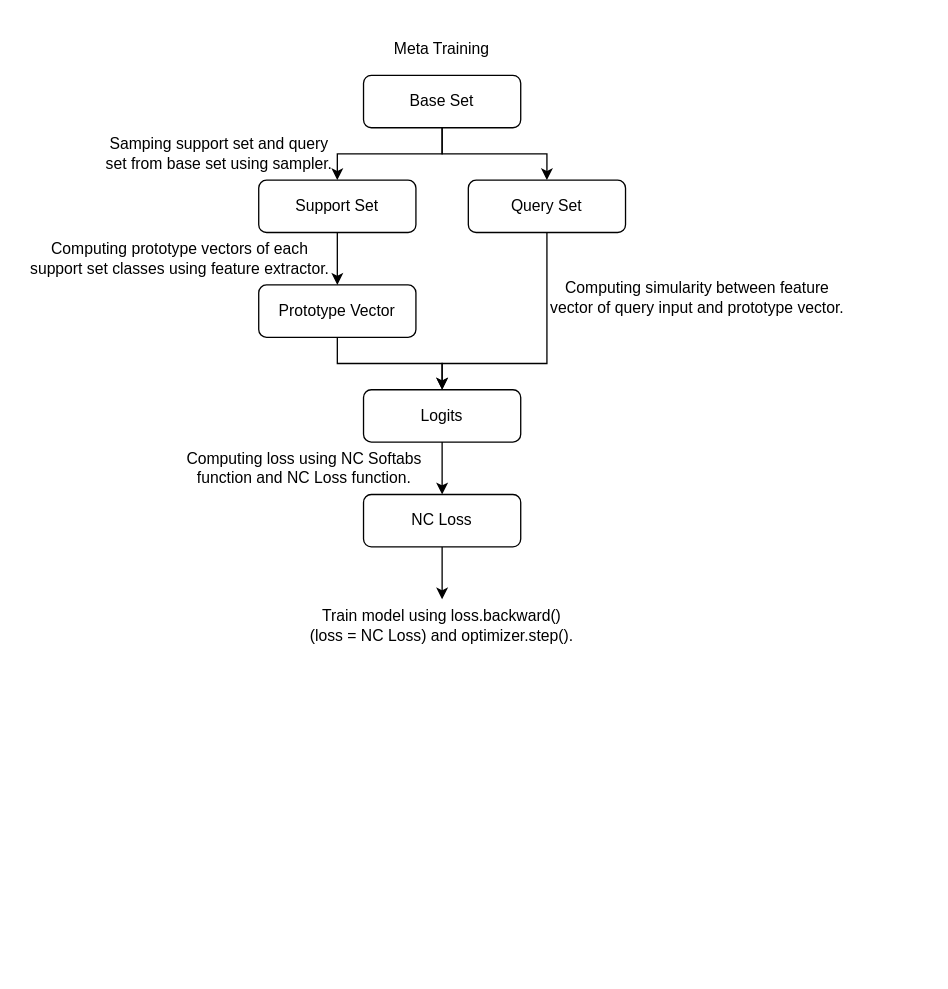
Above: 제목 없는 다이어그램.drawio in jeong-ho-lee/projectClue (draw.io), before the change. Source tidied: cells renumbered, new cells numbered last; positions are measured from the earlier drawing's top-left corner, leaving out a move shared by most shapes. Both pictures are drawn from the tidied source at 131%, with x=0, y=0 at pixel (22, 22).
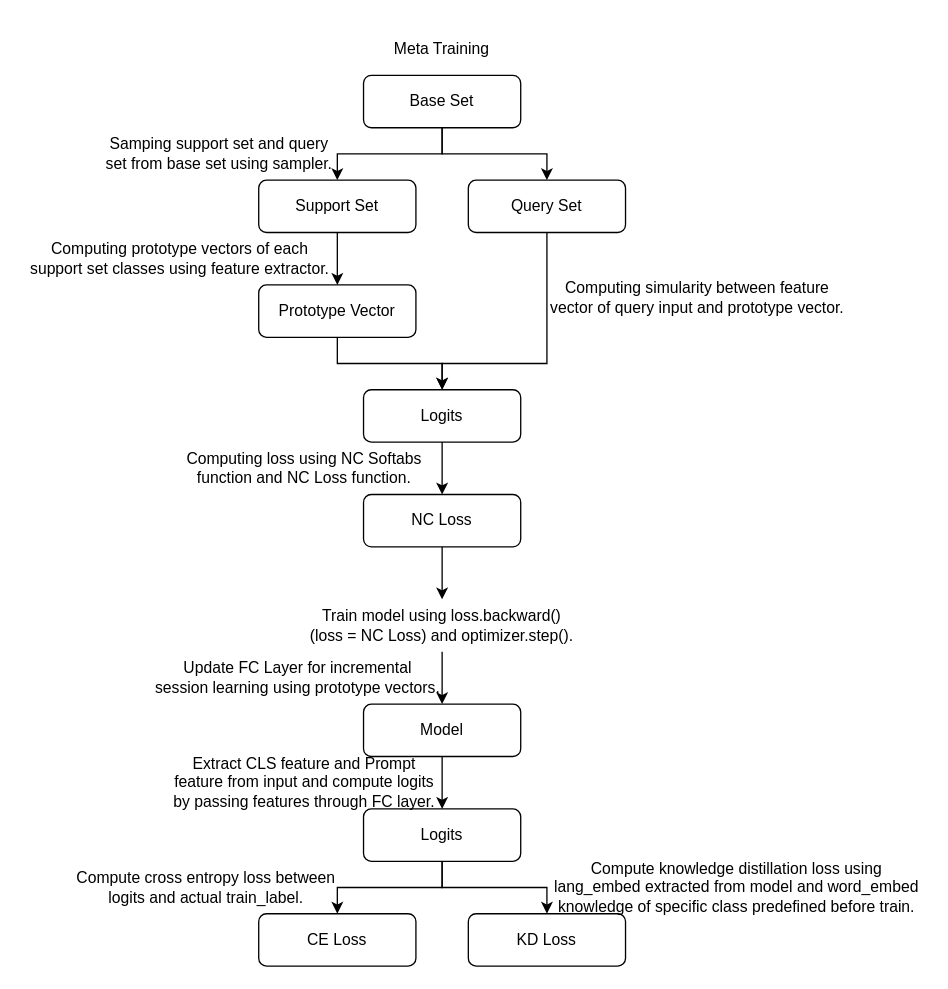
After the change.

Commit message (it also covers changes not shown here):
제목 없는 다이어그램.drawio 업데이트

Unchanged cells that the change refers to:
```xml
<mxCell id="19" value="Train model using loss.backward() (loss = NC Loss) and optimizer.step()." style="text;html=1;align=center;verticalAlign=middle;whiteSpace=wrap;rounded=0;" parent="1" vertex="1">
  <mxGeometry x="215" y="440" width="210" height="40" as="geometry" />
</mxCell>
```

Diff of the diagram source:
```diff
@@
+    <mxCell id="21" style="edgeStyle=orthogonalEdgeStyle;rounded=0;jettySize=auto;html=1;exitX=0.5;exitY=1;exitDx=0;exitDy=0;entryX=0.5;entryY=0;entryDx=0;entryDy=0;" parent="1" edge="1" source="19" target="23">
+      <mxGeometry relative="1" as="geometry" />
+    </mxCell>
@@
+    <mxCell id="22" style="edgeStyle=orthogonalEdgeStyle;rounded=0;jettySize=auto;html=1;exitX=0.5;exitY=1;exitDx=0;exitDy=0;entryX=0.5;entryY=0;entryDx=0;entryDy=0;" parent="1" edge="1" source="23" target="27">
+      <mxGeometry relative="1" as="geometry" />
+    </mxCell>
+    <mxCell id="23" value="Model" style="rounded=1;whiteSpace=wrap;html=1;" parent="1" vertex="1">
+      <mxGeometry x="260" y="520" width="120" height="40" as="geometry" />
+    </mxCell>
+    <mxCell id="24" value="Update FC Layer for incremental session learning using prototype vectors." style="text;html=1;align=center;verticalAlign=middle;whiteSpace=wrap;rounded=0;" parent="1" vertex="1">
+      <mxGeometry x="100" y="480" width="220" height="40" as="geometry" />
+    </mxCell>
+    <mxCell id="25" style="edgeStyle=orthogonalEdgeStyle;rounded=0;jettySize=auto;html=1;exitX=0.5;exitY=1;exitDx=0;exitDy=0;entryX=0.5;entryY=0;entryDx=0;entryDy=0;" parent="1" edge="1" source="27" target="29">
+      <mxGeometry relative="1" as="geometry" />
+    </mxCell>
+    <mxCell id="26" style="edgeStyle=orthogonalEdgeStyle;rounded=0;jettySize=auto;html=1;exitX=0.5;exitY=1;exitDx=0;exitDy=0;entryX=0.5;entryY=0;entryDx=0;entryDy=0;" parent="1" edge="1" source="27" target="30">
+      <mxGeometry relative="1" as="geometry" />
+    </mxCell>
+    <mxCell id="27" value="Logits" style="rounded=1;whiteSpace=wrap;html=1;" parent="1" vertex="1">
+      <mxGeometry x="260" y="600" width="120" height="40" as="geometry" />
+    </mxCell>
+    <mxCell id="28" value="Extract CLS feature and Prompt feature from input and compute logits by passing features through FC layer." style="text;html=1;align=center;verticalAlign=middle;whiteSpace=wrap;rounded=0;" parent="1" vertex="1">
+      <mxGeometry x="110" y="560" width="210" height="40" as="geometry" />
+    </mxCell>
+    <mxCell id="29" value="CE Loss" style="rounded=1;whiteSpace=wrap;html=1;" parent="1" vertex="1">
+      <mxGeometry x="180" y="680" width="120" height="40" as="geometry" />
+    </mxCell>
+    <mxCell id="30" value="KD Loss" style="rounded=1;whiteSpace=wrap;html=1;" parent="1" vertex="1">
+      <mxGeometry x="340" y="680" width="120" height="40" as="geometry" />
+    </mxCell>
+    <mxCell id="31" value="Compute cross entropy loss between logits and actual train_label." style="text;html=1;align=center;verticalAlign=middle;whiteSpace=wrap;rounded=0;" parent="1" vertex="1">
+      <mxGeometry x="40" y="640" width="200" height="40" as="geometry" />
+    </mxCell>
+    <mxCell id="32" value="Compute knowledge distillation loss using lang_embed extracted from model and word_embed knowledge of specific class predefined before train." style="text;html=1;align=center;verticalAlign=middle;whiteSpace=wrap;rounded=0;" parent="1" vertex="1">
+      <mxGeometry x="400" y="640" width="290" height="40" as="geometry" />
+    </mxCell>
```
